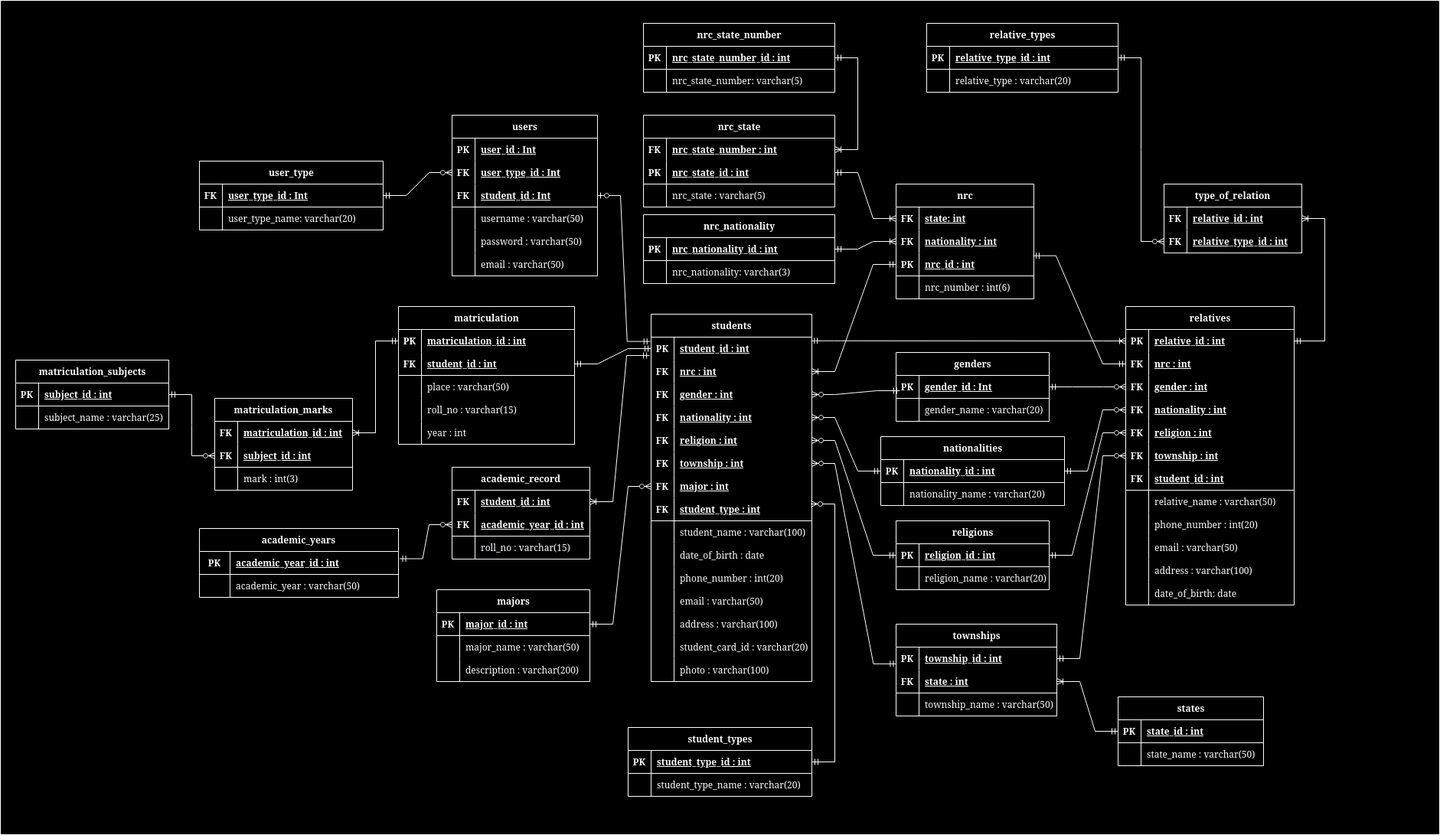
Before: database/database.drawio.png, a diagram exported from draw.io (shinjir0u/StudentRegistrationSystem). Source tidied: cells renumbered, new cells last; positions are measured from the earlier drawing's top-left corner, leaving out a move shared by most shapes.
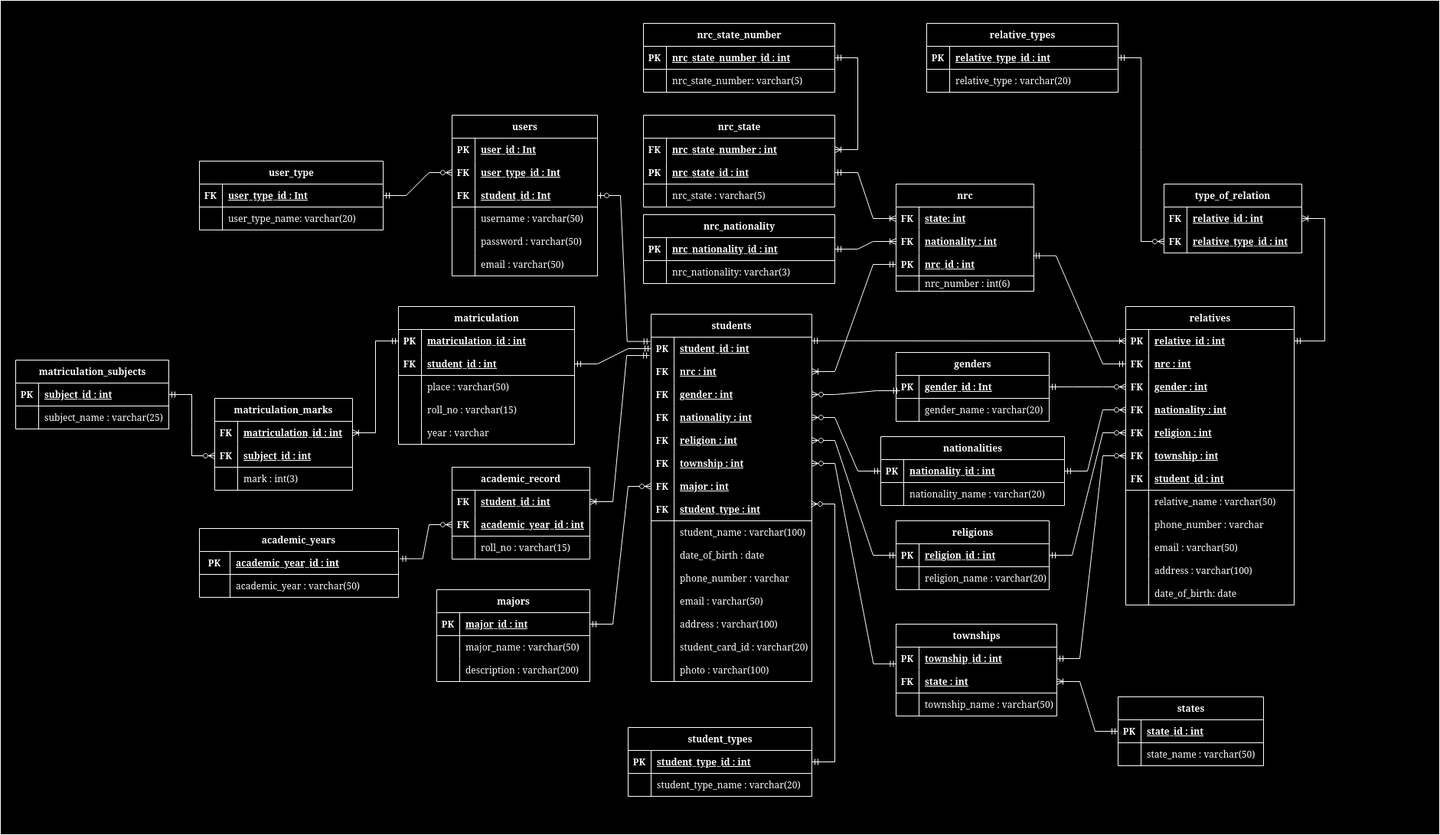
After the commit.

Commit message:
Change data type of dcertain columns

What changed in the source:
```diff
@@ -941,7 +941,7 @@
     <mxCell id="304" style="shape=partialRectangle;fillColor=none;top=0;left=0;bottom=0;right=0;overflow=hidden;whiteSpace=wrap;html=1;" parent="303" vertex="1">
       <mxGeometry width="30" height="30" as="geometry" />
     </mxCell>
-    <mxCell id="305" value="year : int" style="shape=partialRectangle;fillColor=none;top=0;left=0;bottom=0;right=0;align=left;spacingLeft=6;overflow=hidden;whiteSpace=wrap;html=1;" parent="303" vertex="1">
+    <mxCell id="305" value="year : varchar" style="shape=partialRectangle;fillColor=none;top=0;left=0;bottom=0;right=0;align=left;spacingLeft=6;overflow=hidden;whiteSpace=wrap;html=1;" parent="303" vertex="1">
       <mxGeometry x="30" width="200" height="30" as="geometry" />
     </mxCell>
     <mxCell id="306" value="majors" style="shape=table;startSize=30;rowLines=0;fontStyle=1;align=center;html=1;" parent="1" vertex="1">
@@ -1094,7 +1094,7 @@
     <mxCell id="355" style="shape=partialRectangle;fillColor=none;top=0;left=0;bottom=0;right=0;overflow=hidden;whiteSpace=wrap;html=1;" parent="354" vertex="1">
       <mxGeometry width="30" height="30" as="geometry" />
     </mxCell>
-    <mxCell id="356" value="phone_number : int(20)" style="shape=partialRectangle;fillColor=none;top=0;left=0;bottom=0;right=0;align=left;spacingLeft=6;overflow=hidden;whiteSpace=wrap;html=1;" parent="354" vertex="1">
+    <mxCell id="356" value="phone_number : varchar" style="shape=partialRectangle;fillColor=none;top=0;left=0;bottom=0;right=0;align=left;spacingLeft=6;overflow=hidden;whiteSpace=wrap;html=1;" parent="354" vertex="1">
       <mxGeometry x="30" width="180" height="30" as="geometry" />
     </mxCell>
     <mxCell id="357" style="shape=tableRow;horizontal=0;startSize=0;swimlaneHead=0;swimlaneBody=0;fillColor=none;top=0;left=0;right=0;bottom=0;" parent="323" vertex="1">
@@ -1222,7 +1222,7 @@
       <mxGeometry relative="1" as="geometry" />
     </mxCell>
     <mxCell id="397" value="nrc" style="shape=table;startSize=30;rowLines=0;fontStyle=1;align=center;html=1;" parent="1" vertex="1">
-      <mxGeometry x="1170" y="560" width="180" height="150" as="geometry" />
+      <mxGeometry x="1170" y="560" width="180" height="140" as="geometry" />
     </mxCell>
     <mxCell id="398" style="shape=tableRow;horizontal=0;startSize=0;swimlaneHead=0;swimlaneBody=0;fillColor=none;points=[[0,0.5],[1,0.5]];portConstraint=eastwest;top=0;left=0;right=0;bottom=0;" parent="397" vertex="1">
       <mxGeometry y="30" width="180" height="30" as="geometry" />
@@ -1252,13 +1252,13 @@
       <mxGeometry x="30" width="150" height="30" as="geometry" />
     </mxCell>
     <mxCell id="407" style="shape=tableRow;horizontal=0;startSize=0;swimlaneHead=0;swimlaneBody=0;fillColor=none;top=0;left=0;right=0;bottom=0;" parent="397" vertex="1">
-      <mxGeometry y="120" width="180" height="30" as="geometry" />
+      <mxGeometry y="120" width="180" height="20" as="geometry" />
     </mxCell>
     <mxCell id="408" style="shape=partialRectangle;fillColor=none;top=0;left=0;bottom=0;right=0;overflow=hidden;whiteSpace=wrap;html=1;" parent="407" vertex="1">
-      <mxGeometry width="30" height="30" as="geometry" />
+      <mxGeometry width="30" height="20" as="geometry" />
     </mxCell>
     <mxCell id="409" value="nrc_number : int(6)" style="shape=partialRectangle;fillColor=none;top=0;left=0;bottom=0;right=0;align=left;spacingLeft=6;overflow=hidden;whiteSpace=wrap;html=1;" parent="407" vertex="1">
-      <mxGeometry x="30" width="150" height="30" as="geometry" />
+      <mxGeometry x="30" width="150" height="20" as="geometry" />
     </mxCell>
     <mxCell id="410" value="matriculation_subjects" style="shape=table;startSize=30;rowLines=0;fontStyle=1;align=center;html=1;" parent="1" vertex="1">
       <mxGeometry x="20" y="790" width="200" height="90" as="geometry" />
@@ -1445,7 +1445,7 @@
     <mxCell id="468" style="shape=partialRectangle;fillColor=none;top=0;left=0;bottom=0;right=0;overflow=hidden;whiteSpace=wrap;html=1;" parent="467" vertex="1">
       <mxGeometry width="30" height="30" as="geometry" />
     </mxCell>
-    <mxCell id="469" value="phone_number : int(20)" style="shape=partialRectangle;fillColor=none;top=0;left=0;bottom=0;right=0;align=left;spacingLeft=6;overflow=hidden;whiteSpace=wrap;html=1;" parent="467" vertex="1">
+    <mxCell id="469" value="phone_number : varchar" style="shape=partialRectangle;fillColor=none;top=0;left=0;bottom=0;right=0;align=left;spacingLeft=6;overflow=hidden;whiteSpace=wrap;html=1;" parent="467" vertex="1">
       <mxGeometry x="30" width="190" height="30" as="geometry" />
     </mxCell>
     <mxCell id="470" style="shape=tableRow;horizontal=0;startSize=0;swimlaneHead=0;swimlaneBody=0;fillColor=none;top=0;left=0;right=0;bottom=0;" parent="442" vertex="1">
```
